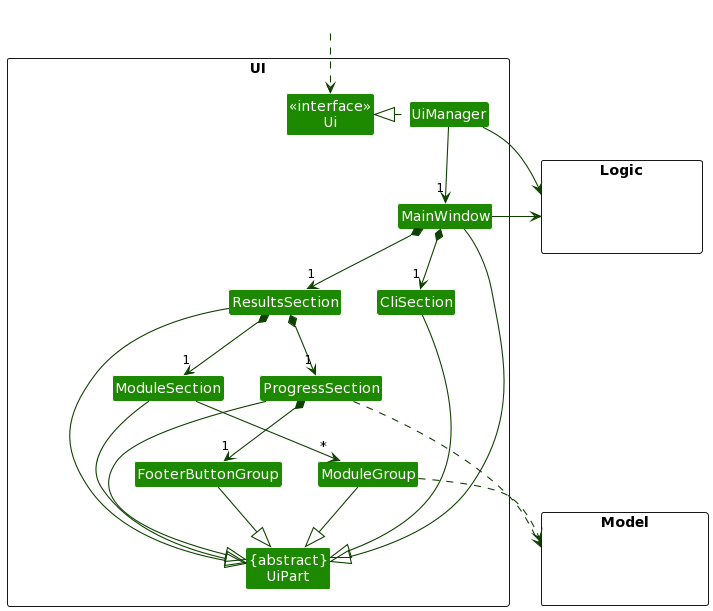
nus-cs2103-AY2223S2/tp keeps this PlantUML diagram as docs/images/UiClassDiagram.png. Above is the earlier version.
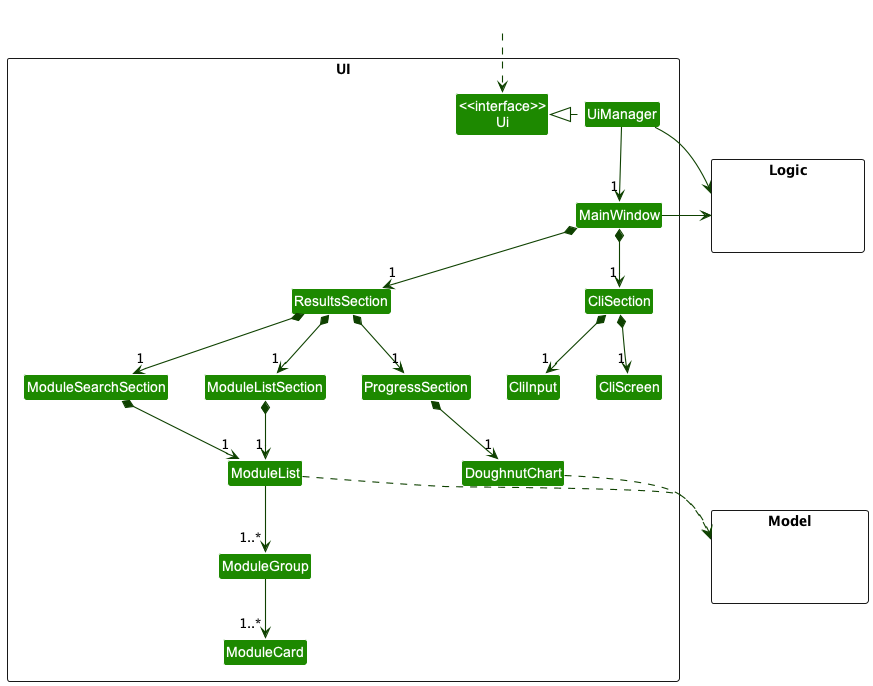
The same file after the commit.

The edit, as a diff of the source:
```diff
@@ -1,85 +1,27 @@
 @startuml
-!define UI_COLOR #1D8900
-!define UI_COLOR_T1 #83E769
-!define UI_COLOR_T2 #3FC71B
-!define UI_COLOR_T3 #166800
-!define UI_COLOR_T4 #0E4100
-
-!define LOGIC_COLOR #3333C4
-!define LOGIC_COLOR_T1 #C8C8FA
-!define LOGIC_COLOR_T2 #6A6ADC
-!define LOGIC_COLOR_T3 #1616B0
-!define LOGIC_COLOR_T4 #101086
-
-!define MODEL_COLOR #9D0012
-!define MODEL_COLOR_T1 #F97181
-!define MODEL_COLOR_T2 #E41F36
-!define MODEL_COLOR_T3 #7B000E
-!define MODEL_COLOR_T4 #51000A
-
-!define STORAGE_COLOR #A38300
-!define STORAGE_COLOR_T1 #FFE374
-!define STORAGE_COLOR_T2 #EDC520
-!define STORAGE_COLOR_T3 #806600
-!define STORAGE_COLOR_T2 #544400
-
-!define USER_COLOR #000000
-
-skinparam BackgroundColor #FFFFFFF
-
-skinparam Shadowing false
-
-skinparam Class {
-    FontColor #FFFFFF
-    BorderThickness 1
-    BorderColor #FFFFFF
-    StereotypeFontColor #FFFFFF
-    FontName Arial
-}
-
-skinparam Actor {
-    BorderColor USER_COLOR
-    Color USER_COLOR
-    FontName Arial
-}
-
-skinparam Sequence {
-    MessageAlign center
-    BoxFontSize 15
-    BoxPadding 0
-    BoxFontColor #FFFFFF
-    FontName Arial
-}
-
-skinparam Participant {
-    FontColor #FFFFFFF
-    Padding 20
-}
-
-skinparam MinClassWidth 50
-skinparam ParticipantPadding 10
-skinparam Shadowing false
-skinparam DefaultTextAlignment center
-skinparam packageStyle Rectangle
-
-hide footbox
-hide members
-hide circle
+!include style.puml
 skinparam arrowThickness 1.1
 skinparam arrowColor UI_COLOR_T4
 skinparam classBackgroundColor UI_COLOR
 
 package UI <<Rectangle>>{
 Class "<<interface>>\nUi" as Ui
-Class "{abstract}\nUiPart" as UiPart
 Class UiManager
 Class MainWindow
+
 Class ProgressSection
+Class DoughnutChart
+
 Class ResultsSection
-Class ModuleSection
+Class ModuleListSection
+Class ModuleSearchSection
+Class ModuleList
 Class ModuleGroup
-Class FooterButtonGroup
+Class ModuleCard
+
 Class CliSection
+Class CliScreen
+Class CliInput
 }
 
 package Model <<Rectangle>> {
@@ -97,29 +39,25 @@
 UiManager -down-> "1" MainWindow
 MainWindow *-down->  "1" CliSection
 MainWindow *-down-> "1" ResultsSection
-ResultsSection *-down-> "1" ModuleSection
 ResultsSection *-down-> "1" ProgressSection
-ProgressSection *-down-> "1" FooterButtonGroup
+ResultsSection *-down-> "1" ModuleListSection
+ResultsSection *-down-> "1" ModuleSearchSection
 
-ModuleSection -down-> "*" ModuleGroup
+ProgressSection *-down-> "1" DoughnutChart
 
-MainWindow -left-|> UiPart
+ModuleListSection *-down-> "1" ModuleList
+ModuleSearchSection *-down-> "1" ModuleList
 
-ResultsSection --|> UiPart
-CliSection --|> UiPart
-ModuleSection --|> UiPart
-ModuleGroup --|> UiPart
-FooterButtonGroup --|> UiPart
-ProgressSection--|> UiPart
+CliSection *-down-> "1" CliScreen
+CliSection *-down-> "1" CliInput
 
-ModuleGroup ..> Model
-ProgressSection ..> Model
+ModuleList -down-> "1..*" ModuleGroup
+ModuleGroup -down-> "1..*" ModuleCard
+
+
+ModuleList ..> Model
+DoughnutChart ..> Model
 UiManager -right-> Logic
 MainWindow -left-> Logic
 
-ModuleSection -[hidden]left- ProgressSection
-ProgressSection -[hidden]left- CliSection
-CliSection -[hidden]left- ResultsSection
-
-MainWindow -[hidden]-|> UiPart
 @enduml
```
